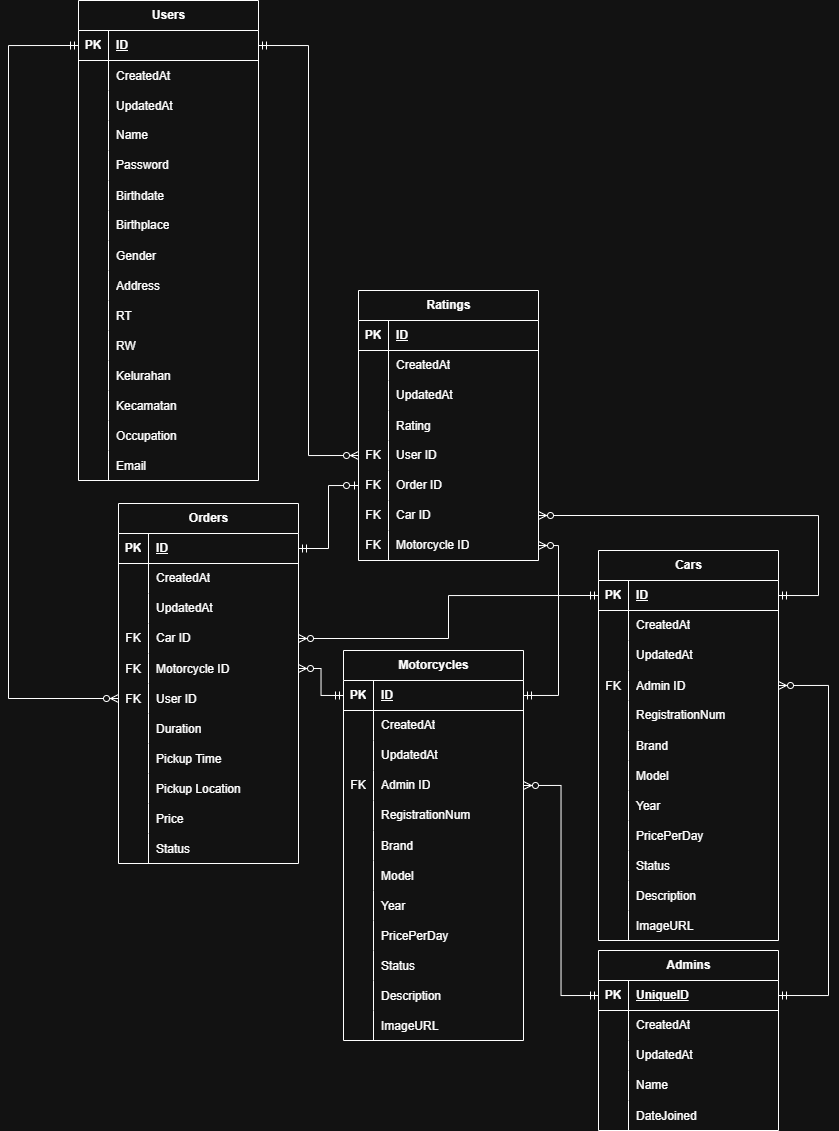
The draw.io diagram Setor-Mobil-Backend-ERD.png in PeterAjaaa/setor_mobil_backend, before a commit. Source tidied: cells renumbered, new cells last; positions are measured from the earlier drawing's top-left corner, leaving out a move shared by most shapes.
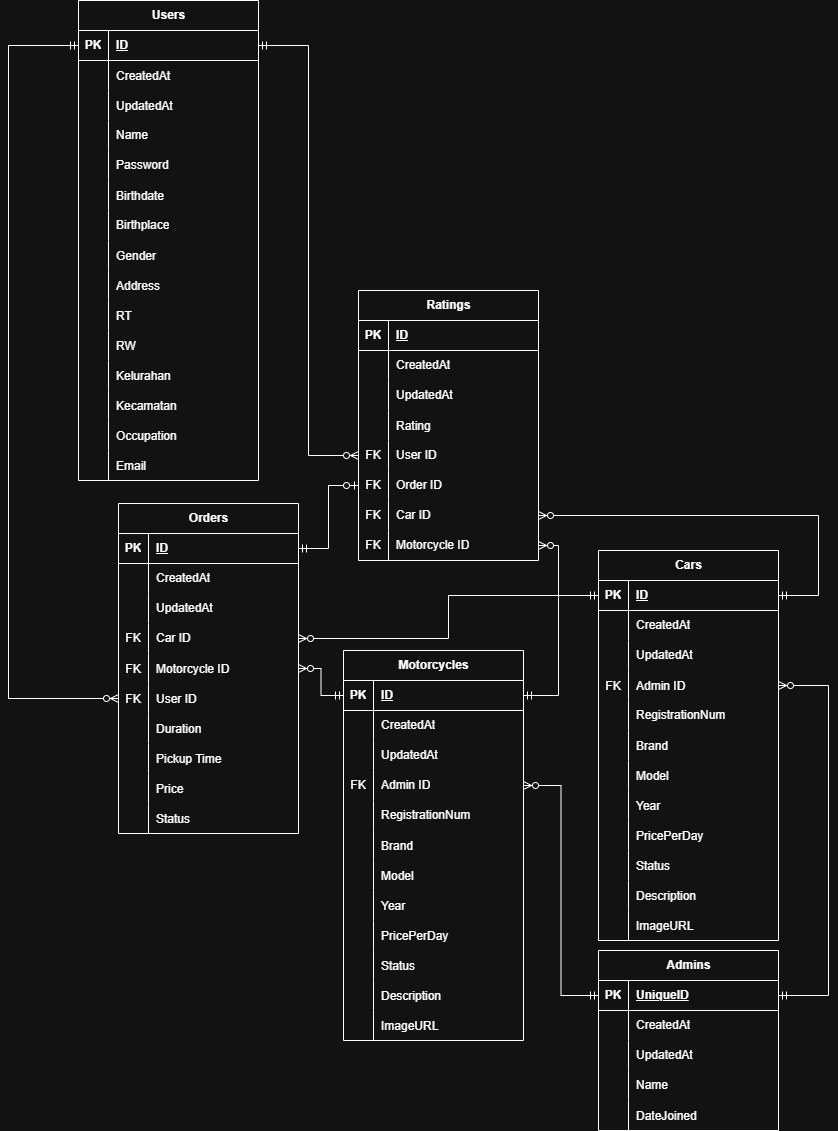
Later version of the same file.

Commit message:
Refactor Order-related stuff to not include Pickup Location field. Update ERD to reflect the changes.

Diff of the diagram source:
```diff
@@ -252,7 +252,7 @@
       <mxGeometry x="30" width="150" height="30" as="geometry" />
     </mxCell>
     <mxCell id="85" value="Orders" style="shape=table;startSize=30;rowLines=0;fontStyle=1;align=center;html=1;rounded=0;labelBackgroundColor=none;" parent="1" vertex="1">
-      <mxGeometry x="110" y="503" width="180" height="360" as="geometry" />
+      <mxGeometry x="110" y="503" width="180" height="330" as="geometry" />
     </mxCell>
     <mxCell id="86" style="shape=tableRow;horizontal=0;startSize=0;swimlaneHead=0;swimlaneBody=0;fillColor=none;points=[[0,0.5],[1,0.5]];portConstraint=eastwest;top=0;left=0;right=0;bottom=1;rounded=0;labelBackgroundColor=none;" parent="85" vertex="1">
       <mxGeometry y="30" width="180" height="30" as="geometry" />
@@ -326,17 +326,8 @@
     <mxCell id="109" value="Pickup Time" style="shape=partialRectangle;fillColor=none;top=0;left=0;bottom=0;right=0;align=left;spacingLeft=6;overflow=hidden;" parent="107" vertex="1">
       <mxGeometry x="30" width="150" height="30" as="geometry" />
     </mxCell>
-    <mxCell id="110" style="shape=tableRow;horizontal=0;startSize=0;swimlaneHead=0;swimlaneBody=0;fillColor=none;top=0;left=0;right=0;bottom=0;" parent="85" vertex="1">
-      <mxGeometry y="270" width="180" height="30" as="geometry" />
-    </mxCell>
-    <mxCell id="111" style="shape=partialRectangle;fillColor=none;top=0;left=0;bottom=0;right=0;overflow=hidden;" parent="110" vertex="1">
-      <mxGeometry width="30" height="30" as="geometry" />
-    </mxCell>
-    <mxCell id="112" value="Pickup Location" style="shape=partialRectangle;fillColor=none;top=0;left=0;bottom=0;right=0;align=left;spacingLeft=6;overflow=hidden;" parent="110" vertex="1">
-      <mxGeometry x="30" width="150" height="30" as="geometry" />
-    </mxCell>
     <mxCell id="113" style="shape=tableRow;horizontal=0;startSize=0;swimlaneHead=0;swimlaneBody=0;fillColor=none;top=0;left=0;right=0;bottom=0;" parent="85" vertex="1">
-      <mxGeometry y="300" width="180" height="30" as="geometry" />
+      <mxGeometry y="270" width="180" height="30" as="geometry" />
     </mxCell>
     <mxCell id="114" style="shape=partialRectangle;fillColor=none;top=0;left=0;bottom=0;right=0;overflow=hidden;" parent="113" vertex="1">
       <mxGeometry width="30" height="30" as="geometry" />
@@ -345,7 +336,7 @@
       <mxGeometry x="30" width="150" height="30" as="geometry" />
     </mxCell>
     <mxCell id="116" style="shape=tableRow;horizontal=0;startSize=0;swimlaneHead=0;swimlaneBody=0;fillColor=none;top=0;left=0;right=0;bottom=0;" parent="85" vertex="1">
-      <mxGeometry y="330" width="180" height="30" as="geometry" />
+      <mxGeometry y="300" width="180" height="30" as="geometry" />
     </mxCell>
     <mxCell id="117" style="shape=partialRectangle;fillColor=none;top=0;left=0;bottom=0;right=0;overflow=hidden;" parent="116" vertex="1">
       <mxGeometry width="30" height="30" as="geometry" />
```
